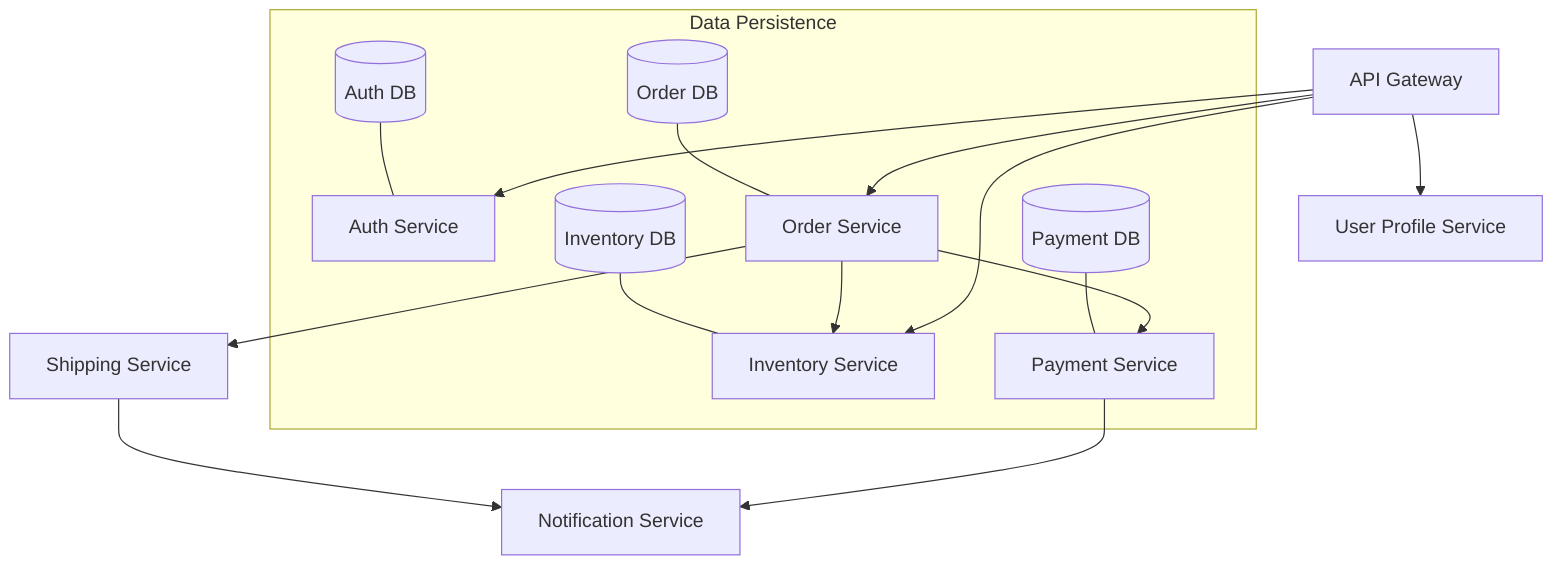
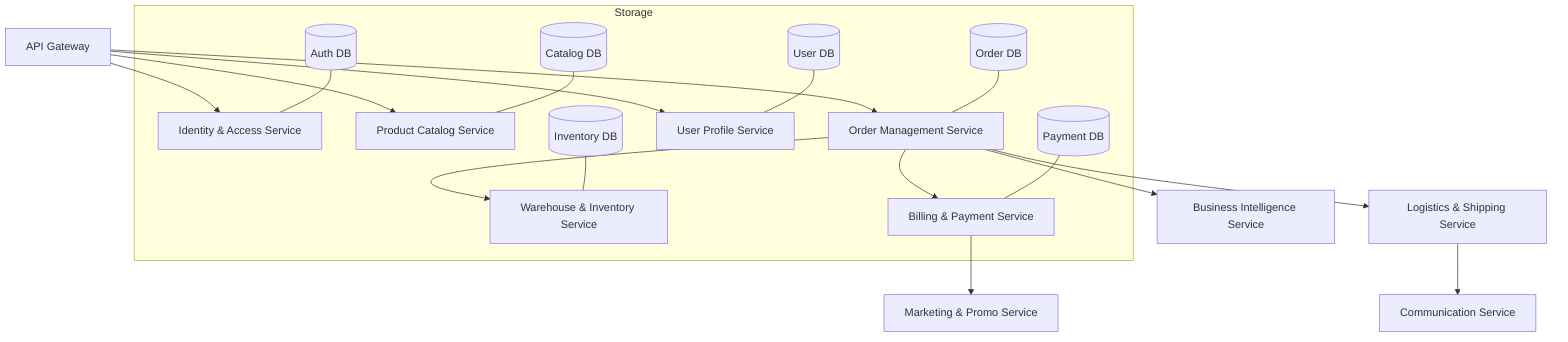
graph TD
-     Gateway[API Gateway] --> Auth[Auth Service]
-     Gateway --> Orders[Order Service]
-     Gateway --> Inventory[Inventory Service]
-     Gateway --> User[User Profile Service]
+     %% Entry Point
+     Gateway[API Gateway] --> Auth[Identity & Access Service]
+     Gateway --> Catalog[Product Catalog Service]
+     Gateway --> Orders[Order Management Service]
+     Gateway --> Users[User Profile Service]

-     Orders --> Payments[Payment Service]
-     Orders --> Inventory
-     Orders --> Shipping[Shipping Service]
+     %% Service Interactions
+     Orders --> Inventory[Warehouse & Inventory Service]
+     Orders --> Payments[Billing & Payment Service]
+     Orders --> Shipping[Logistics & Shipping Service]

-     Payments --> Notify[Notification Service]
-     Shipping --> Notify
+     %% Async Communication
+     Payments --> Marketing[Marketing & Promo Service]
+     Shipping --> Notification[Communication Service]
+     Orders --> Analytics[Business Intelligence Service]

-     subgraph Data Persistence
-         DB1[(Auth DB)] --- Auth
-         DB2[(Order DB)] --- Orders
-         DB3[(Inventory DB)] --- Inventory
-         DB4[(Payment DB)] --- Payments
+     %% Data Isolation (Database per Service)
+     subgraph Storage
+         db1[(Auth DB)] --- Auth
+         db2[(Catalog DB)] --- Catalog
+         db3[(Order DB)] --- Orders
+         db4[(Inventory DB)] --- Inventory
+         db5[(User DB)] --- Users
+         db6[(Payment DB)] --- Payments
    end
